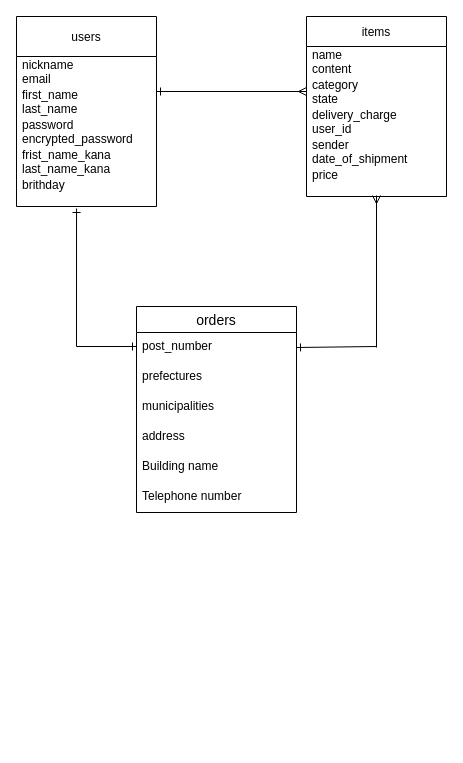
Before: page "ページ1" (1 of 2) of furima.dio in daizdag/furima-38490, a draw.io diagram. Source tidied: cells renumbered, new cells numbered last; positions are measured from the earlier drawing's top-left corner, leaving out a move shared by most shapes. Both pictures are drawn from the tidied source at 100%, with x=0, y=0 at pixel (16, 16).
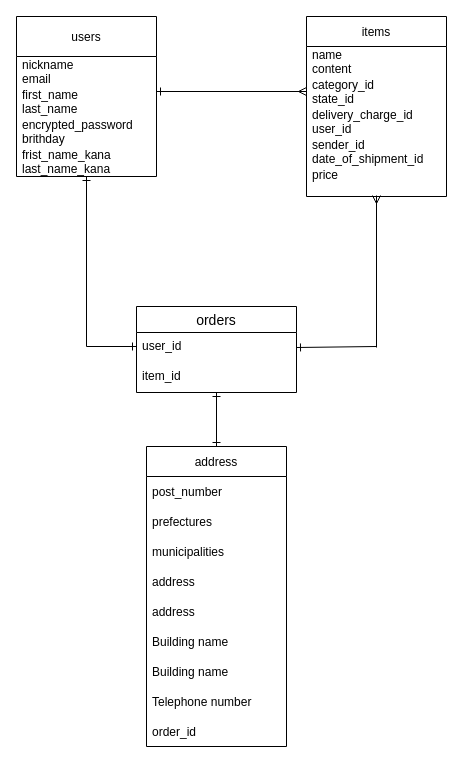
Above is the later version.

Commit message (it also covers changes not shown here):
レビューの修正

Unchanged cells that the change refers to:
```xml
<mxCell id="7" value="frist_name_kana&#10;last_name_kana&#10;" style="text;strokeColor=none;fillColor=none;align=left;verticalAlign=middle;spacingLeft=4;spacingRight=4;overflow=hidden;points=[[0,0.5],[1,0.5]];portConstraint=eastwest;" parent="3" vertex="1">
  <mxGeometry y="130" width="140" height="30" as="geometry" />
</mxCell>
<mxCell id="10" value="items" style="swimlane;fontStyle=0;horizontal=1;startSize=30;" parent="1" vertex="1">
  <mxGeometry x="290" width="140" height="180" as="geometry" />
</mxCell>
```

Change to the diagram source:
```diff
@@
     <mxCell id="3" value="users" style="swimlane;fontStyle=0;horizontal=1;startSize=40;" parent="1" vertex="1">
-      <mxGeometry width="140" height="190" as="geometry" />
+      <mxGeometry width="140" height="160" as="geometry" />
     </mxCell>
@@
-    <mxCell id="6" value="password&#10;encrypted_password" style="text;strokeColor=none;fillColor=none;align=left;verticalAlign=middle;spacingLeft=4;spacingRight=4;overflow=hidden;" parent="3" vertex="1">
+    <mxCell id="6" value="encrypted_password&#10;brithday" style="text;strokeColor=none;fillColor=none;align=left;verticalAlign=middle;spacingLeft=4;spacingRight=4;overflow=hidden;" parent="3" vertex="1">
       <mxGeometry y="100" width="140" height="30" as="geometry" />
     </mxCell>
@@
-    <mxCell id="8" value="brithday&#10;" style="text;strokeColor=none;fillColor=none;align=left;verticalAlign=middle;spacingLeft=4;spacingRight=4;overflow=hidden;points=[[0,0.5],[1,0.5]];portConstraint=eastwest;" parent="3" vertex="1">
-      <mxGeometry y="160" width="140" height="30" as="geometry" />
-    </mxCell>
-    <mxCell id="9" style="endArrow=none;html=1;shape=link;startArrow=none;" parent="3" edge="1" source="7" target="8">
-      <mxGeometry relative="1" as="geometry" />
+    <mxCell id="9" style="endArrow=none;html=1;shape=link;startArrow=none;" parent="3" edge="1" source="7">
+      <mxGeometry relative="1" as="geometry">
+        <mxPoint x="70" y="160" as="targetPoint" />
+      </mxGeometry>
     </mxCell>
@@
-    <mxCell id="12" value="category&#10;state" style="text;strokeColor=none;fillColor=none;align=left;verticalAlign=middle;spacingLeft=4;spacingRight=4;overflow=hidden;points=[[0,0.5],[1,0.5]];portConstraint=eastwest;" parent="10" vertex="1">
+    <mxCell id="12" value="category_id&#10;state_id" style="text;strokeColor=none;fillColor=none;align=left;verticalAlign=middle;spacingLeft=4;spacingRight=4;overflow=hidden;points=[[0,0.5],[1,0.5]];portConstraint=eastwest;" parent="10" vertex="1">
       <mxGeometry y="60" width="140" height="30" as="geometry" />
     </mxCell>
-    <mxCell id="13" value="delivery_charge&#10;user_id&#10;" style="text;strokeColor=none;fillColor=none;align=left;verticalAlign=middle;spacingLeft=4;spacingRight=4;overflow=hidden;" parent="10" vertex="1">
+    <mxCell id="13" value="delivery_charge_id&#10;user_id" style="text;strokeColor=none;fillColor=none;align=left;verticalAlign=middle;spacingLeft=4;spacingRight=4;overflow=hidden;" parent="10" vertex="1">
       <mxGeometry y="90" width="140" height="30" as="geometry" />
     </mxCell>
-    <mxCell id="14" value="sender&#10;date_of_shipment&#10;" style="text;strokeColor=none;fillColor=none;align=left;verticalAlign=middle;spacingLeft=4;spacingRight=4;overflow=hidden;" parent="10" vertex="1">
+    <mxCell id="14" value="sender_id&#10;date_of_shipment_id" style="text;strokeColor=none;fillColor=none;align=left;verticalAlign=middle;spacingLeft=4;spacingRight=4;overflow=hidden;" parent="10" vertex="1">
       <mxGeometry y="120" width="140" height="30" as="geometry" />
     </mxCell>
@@
     <mxCell id="16" value="orders" style="swimlane;fontStyle=0;horizontal=1;startSize=26;align=center;fontSize=14;" parent="1" vertex="1">
-      <mxGeometry x="120" y="290" width="160" height="206" as="geometry" />
+      <mxGeometry x="120" y="290" width="160" height="86" as="geometry" />
     </mxCell>
-    <mxCell id="17" value="post_number" style="text;strokeColor=none;fillColor=none;spacingLeft=4;spacingRight=4;overflow=hidden;fontSize=12;" parent="16" vertex="1">
+    <mxCell id="17" value="user_id" style="text;strokeColor=none;fillColor=none;spacingLeft=4;spacingRight=4;overflow=hidden;fontSize=12;" parent="16" vertex="1">
       <mxGeometry y="26" width="160" height="30" as="geometry" />
     </mxCell>
-    <mxCell id="18" value="prefectures" style="text;strokeColor=none;fillColor=none;spacingLeft=4;spacingRight=4;overflow=hidden;points=[[0,0.5],[1,0.5]];portConstraint=eastwest;fontSize=12;" parent="16" vertex="1">
+    <mxCell id="18" value="item_id" style="text;strokeColor=none;fillColor=none;spacingLeft=4;spacingRight=4;overflow=hidden;points=[[0,0.5],[1,0.5]];portConstraint=eastwest;fontSize=12;" parent="16" vertex="1">
       <mxGeometry y="56" width="160" height="30" as="geometry" />
     </mxCell>
-    <mxCell id="19" value="municipalities" style="text;strokeColor=none;fillColor=none;spacingLeft=4;spacingRight=4;overflow=hidden;fontSize=12;" parent="16" vertex="1">
-      <mxGeometry y="86" width="160" height="30" as="geometry" />
-    </mxCell>
-    <mxCell id="20" value="address" style="text;strokeColor=none;fillColor=none;spacingLeft=4;spacingRight=4;overflow=hidden;fontSize=12;" parent="16" vertex="1">
-      <mxGeometry y="116" width="160" height="30" as="geometry" />
-    </mxCell>
-    <mxCell id="21" value="Building name" style="text;strokeColor=none;fillColor=none;spacingLeft=4;spacingRight=4;overflow=hidden;fontSize=12;" parent="16" vertex="1">
-      <mxGeometry y="146" width="160" height="30" as="geometry" />
-    </mxCell>
-    <mxCell id="22" value="Telephone number" style="text;strokeColor=none;fillColor=none;spacingLeft=4;spacingRight=4;overflow=hidden;fontSize=12;" parent="16" vertex="1">
-      <mxGeometry y="176" width="160" height="30" as="geometry" />
-    </mxCell>
@@
-    <mxCell id="25" style="endArrow=ERone;html=1;entryX=0.429;entryY=1.067;entryDx=0;entryDy=0;entryPerimeter=0;endFill=0;" parent="1" edge="1" target="8">
+    <mxCell id="25" style="endArrow=ERone;html=1;endFill=0;" parent="1" edge="1" target="7">
       <mxGeometry relative="1" as="geometry">
-        <mxPoint x="60" y="330" as="sourcePoint" />
+        <mxPoint x="70" y="330" as="sourcePoint" />
       </mxGeometry>
     </mxCell>
     <mxCell id="26" style="endArrow=none;html=1;endFill=0;startArrow=ERone;startFill=0;" parent="1" edge="1">
       <mxGeometry relative="1" as="geometry">
         <mxPoint x="120" y="330" as="sourcePoint" />
-        <mxPoint x="60" y="330" as="targetPoint" />
+        <mxPoint x="70" y="330" as="targetPoint" />
       </mxGeometry>
     </mxCell>
+    <mxCell id="27" value="address" style="swimlane;fontStyle=0;horizontal=1;startSize=30;" parent="1" vertex="1">
+      <mxGeometry x="130" y="430" width="140" height="300" as="geometry" />
+    </mxCell>
+    <mxCell id="28" value="post_number" style="text;strokeColor=none;fillColor=none;align=left;verticalAlign=middle;spacingLeft=4;spacingRight=4;overflow=hidden;" parent="27" vertex="1">
+      <mxGeometry y="30" width="140" height="30" as="geometry" />
+    </mxCell>
+    <mxCell id="29" value="prefectures" style="text;strokeColor=none;fillColor=none;align=left;verticalAlign=middle;spacingLeft=4;spacingRight=4;overflow=hidden;" parent="27" vertex="1">
+      <mxGeometry y="60" width="140" height="30" as="geometry" />
+    </mxCell>
+    <mxCell id="19" value="municipalities" style="text;strokeColor=none;fillColor=none;align=left;verticalAlign=middle;spacingLeft=4;spacingRight=4;overflow=hidden;" parent="27" vertex="1">
+      <mxGeometry y="90" width="140" height="30" as="geometry" />
+    </mxCell>
+    <mxCell id="30" value="address" style="text;strokeColor=none;fillColor=none;align=left;verticalAlign=middle;spacingLeft=4;spacingRight=4;overflow=hidden;" parent="27" vertex="1">
+      <mxGeometry y="120" width="140" height="30" as="geometry" />
+    </mxCell>
+    <mxCell id="31" value="address" style="text;strokeColor=none;fillColor=none;align=left;verticalAlign=middle;spacingLeft=4;spacingRight=4;overflow=hidden;" parent="27" vertex="1">
+      <mxGeometry y="150" width="140" height="30" as="geometry" />
+    </mxCell>
+    <mxCell id="32" value="Building name" style="text;strokeColor=none;fillColor=none;align=left;verticalAlign=middle;spacingLeft=4;spacingRight=4;overflow=hidden;" parent="27" vertex="1">
+      <mxGeometry y="180" width="140" height="30" as="geometry" />
+    </mxCell>
+    <mxCell id="33" value="Building name" style="text;strokeColor=none;fillColor=none;align=left;verticalAlign=middle;spacingLeft=4;spacingRight=4;overflow=hidden;" parent="27" vertex="1">
+      <mxGeometry y="210" width="140" height="30" as="geometry" />
+    </mxCell>
+    <mxCell id="22" value="Telephone number" style="text;strokeColor=none;fillColor=none;align=left;verticalAlign=middle;spacingLeft=4;spacingRight=4;overflow=hidden;" parent="27" vertex="1">
+      <mxGeometry y="240" width="140" height="30" as="geometry" />
+    </mxCell>
+    <mxCell id="34" value="order_id" style="text;strokeColor=none;fillColor=none;align=left;verticalAlign=middle;spacingLeft=4;spacingRight=4;overflow=hidden;" parent="27" vertex="1">
+      <mxGeometry y="270" width="140" height="30" as="geometry" />
+    </mxCell>
+    <mxCell id="35" style="endArrow=ERone;html=1;entryX=0.5;entryY=0;entryDx=0;entryDy=0;endFill=0;startArrow=ERone;startFill=0;" parent="1" edge="1" source="18" target="27">
+      <mxGeometry relative="1" as="geometry" />
+    </mxCell>
```
